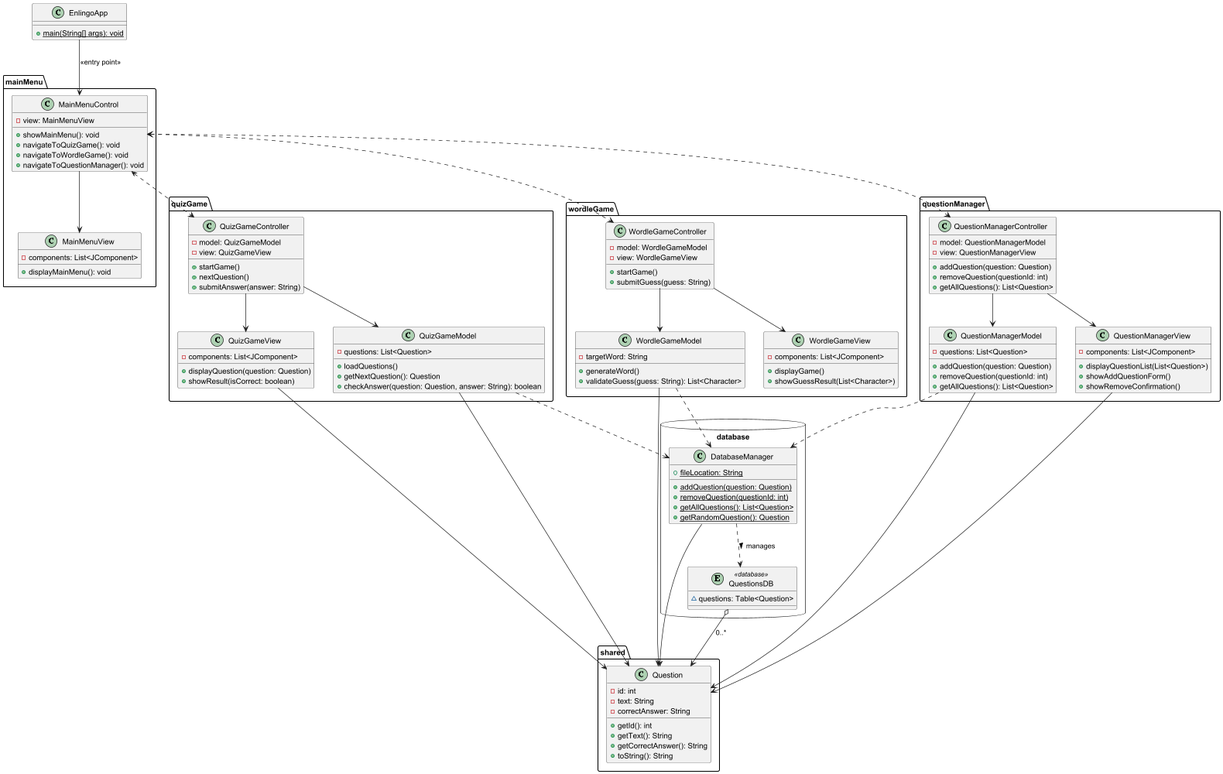
Earlier version of the PlantUML export non-code/UML-GR7-v0.1-0.png (MatthiasCo/Enlingo-ITP-Project). The source it was exported from:
```plantuml
@startuml
class EnlingoApp {
    +{static}main(String[] args): void
}

package mainMenu {
class MainMenuControl {
    -view: MainMenuView
    +showMainMenu(): void
    +navigateToQuizGame(): void
    +navigateToWordleGame(): void
    +navigateToQuestionManager(): void
}

class MainMenuView {
    -components: List<JComponent>
    +displayMainMenu(): void
}
}


package quizGame {
class QuizGameModel {
    -questions: List<Question>
    +loadQuestions()
    +getNextQuestion(): Question
    +checkAnswer(question: Question, answer: String): boolean
}

class QuizGameView {
    -components: List<JComponent>
    +displayQuestion(question: Question)
    +showResult(isCorrect: boolean)
}

class QuizGameController {
    - model: QuizGameModel
    - view: QuizGameView
    +startGame()
    +nextQuestion()
    +submitAnswer(answer: String)
}
}

package wordleGame {
class WordleGameModel {
    -targetWord: String
    +generateWord()
    +validateGuess(guess: String): List<Character>
}

class WordleGameView {
    -components: List<JComponent>
    +displayGame()
    +showGuessResult(List<Character>)
}

class WordleGameController {
    - model: WordleGameModel
    - view: WordleGameView
    +startGame()
    +submitGuess(guess: String)
}
}

package questionManager {
class QuestionManagerController {
    - model: QuestionManagerModel
    - view: QuestionManagerView
    +addQuestion(question: Question)
    +removeQuestion(questionId: int)
    +getAllQuestions(): List<Question>
}

class QuestionManagerView {
    -components: List<JComponent>
    +displayQuestionList(List<Question>)
    +showAddQuestionForm()
    +showRemoveConfirmation()
}

class QuestionManagerModel {
    -questions: List<Question>
    +addQuestion(question: Question)
    +removeQuestion(questionId: int)
    +getAllQuestions(): List<Question>
}
}

package database <<Database>> {
class DatabaseManager {
    +{static}fileLocation: String
    +{static}addQuestion(question: Question)
    +{static}removeQuestion(questionId: int)
    +{static}getAllQuestions(): List<Question>
    +{static}getRandomQuestion(): Question
}

entity QuestionsDB <<database>>  {
    ~questions: Table<Question>
}
}

package shared {
class Question {
    -id: int
    -text: String
    -correctAnswer: String
    +getId(): int
    +getText(): String
    +getCorrectAnswer(): String
    +toString(): String
}
}

EnlingoApp --> MainMenuControl: <<entry point>>
MainMenuControl --> MainMenuView
MainMenuControl <..> QuizGameController
MainMenuControl <..> WordleGameController
MainMenuControl <..> QuestionManagerController

QuizGameController --> QuizGameView
QuizGameController --> QuizGameModel
QuizGameModel ..> DatabaseManager
QuizGameView --> Question
QuizGameModel --> Question

WordleGameController --> WordleGameView
WordleGameController --> WordleGameModel
WordleGameModel ..> DatabaseManager
WordleGameModel --> Question

QuestionManagerController --> QuestionManagerView
QuestionManagerController --> QuestionManagerModel
QuestionManagerModel ..> DatabaseManager
QuestionManagerView --> Question
QuestionManagerModel --> Question

DatabaseManager --> Question
DatabaseManager ..> QuestionsDB : manages >
QuestionsDB o--> Question : 0..*



@enduml
```
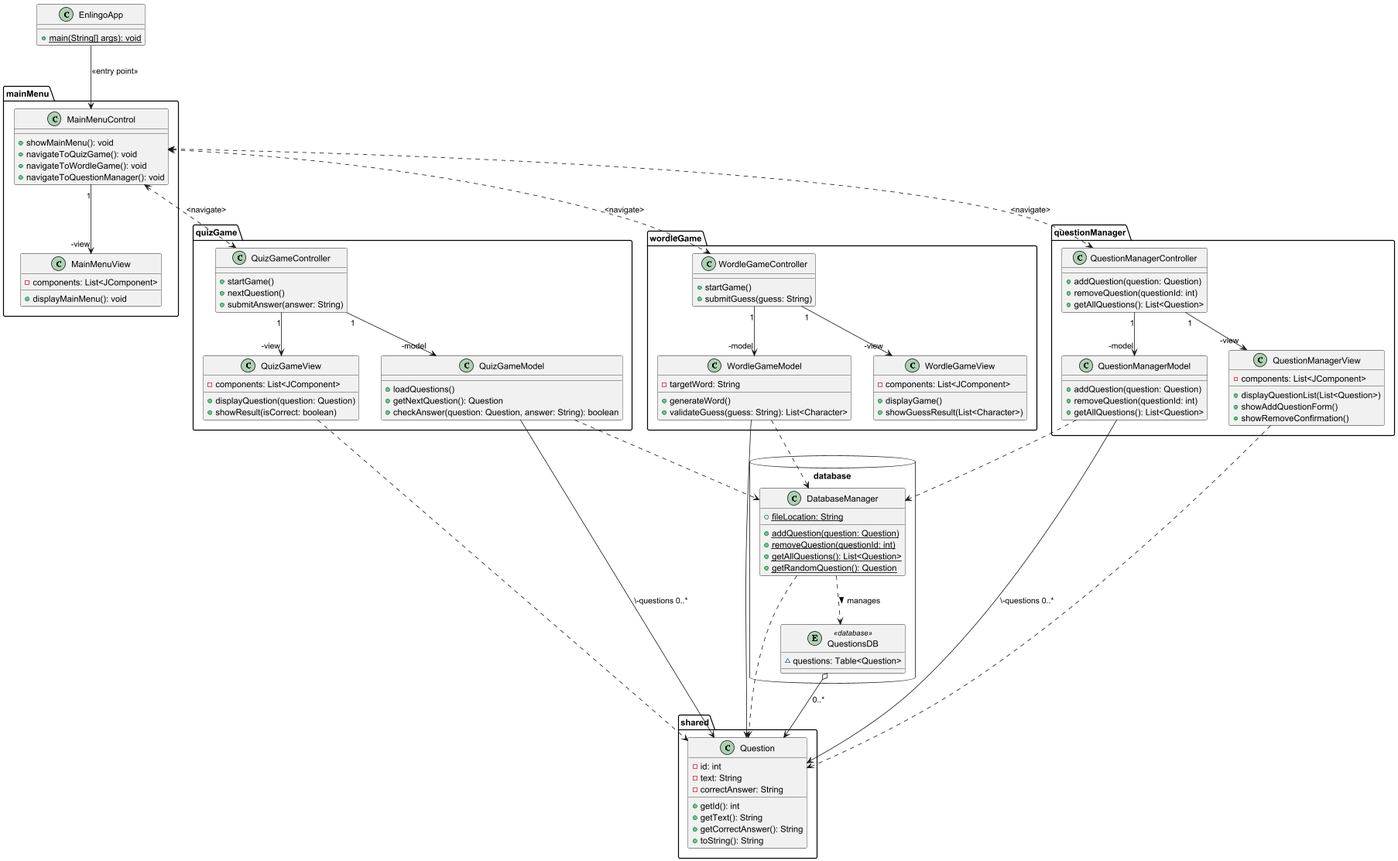
The same diagram one commit later.

Change to the diagram source:
```diff
@@ -5,7 +5,6 @@
 
 package mainMenu {
 class MainMenuControl {
-    -view: MainMenuView
     +showMainMenu(): void
     +navigateToQuizGame(): void
     +navigateToWordleGame(): void
@@ -21,7 +20,6 @@
 
 package quizGame {
 class QuizGameModel {
-    -questions: List<Question>
     +loadQuestions()
     +getNextQuestion(): Question
     +checkAnswer(question: Question, answer: String): boolean
@@ -34,8 +32,7 @@
 }
 
 class QuizGameController {
-    - model: QuizGameModel
-    - view: QuizGameView
+
     +startGame()
     +nextQuestion()
     +submitAnswer(answer: String)
@@ -56,8 +53,6 @@
 }
 
 class WordleGameController {
-    - model: WordleGameModel
-    - view: WordleGameView
     +startGame()
     +submitGuess(guess: String)
 }
@@ -65,8 +60,6 @@
 
 package questionManager {
 class QuestionManagerController {
-    - model: QuestionManagerModel
-    - view: QuestionManagerView
     +addQuestion(question: Question)
     +removeQuestion(questionId: int)
     +getAllQuestions(): List<Question>
@@ -80,7 +73,6 @@
 }
 
 class QuestionManagerModel {
-    -questions: List<Question>
     +addQuestion(question: Question)
     +removeQuestion(questionId: int)
     +getAllQuestions(): List<Question>
@@ -114,29 +106,29 @@
 }
 
 EnlingoApp --> MainMenuControl: <<entry point>>
-MainMenuControl --> MainMenuView
-MainMenuControl <..> QuizGameController
-MainMenuControl <..> WordleGameController
-MainMenuControl <..> QuestionManagerController
+MainMenuControl "1" --> "-view" MainMenuView
+MainMenuControl <..> QuizGameController : <navigate>
+MainMenuControl <..> WordleGameController : <navigate>
+MainMenuControl <..> QuestionManagerController : <navigate>
 
-QuizGameController --> QuizGameView
-QuizGameController --> QuizGameModel
+QuizGameController "1" --> "-view" QuizGameView
+QuizGameController "1" --> "-model" QuizGameModel
 QuizGameModel ..> DatabaseManager
-QuizGameView --> Question
-QuizGameModel --> Question
+QuizGameView ..> Question
+QuizGameModel --> Question : \-questions 0..*
 
-WordleGameController --> WordleGameView
-WordleGameController --> WordleGameModel
+WordleGameController "1" --> "-view" WordleGameView
+WordleGameController "1" --> "-model" WordleGameModel
 WordleGameModel ..> DatabaseManager
 WordleGameModel --> Question
 
-QuestionManagerController --> QuestionManagerView
-QuestionManagerController --> QuestionManagerModel
+QuestionManagerController "1" --> "-view" QuestionManagerView
+QuestionManagerController "1" --> "-model" QuestionManagerModel
 QuestionManagerModel ..> DatabaseManager
-QuestionManagerView --> Question
-QuestionManagerModel --> Question
+QuestionManagerView ..> Question
+QuestionManagerModel --> Question: \-questions 0..*
 
-DatabaseManager --> Question
+DatabaseManager ..> Question
 DatabaseManager ..> QuestionsDB : manages >
 QuestionsDB o--> Question : 0..*
 
```
